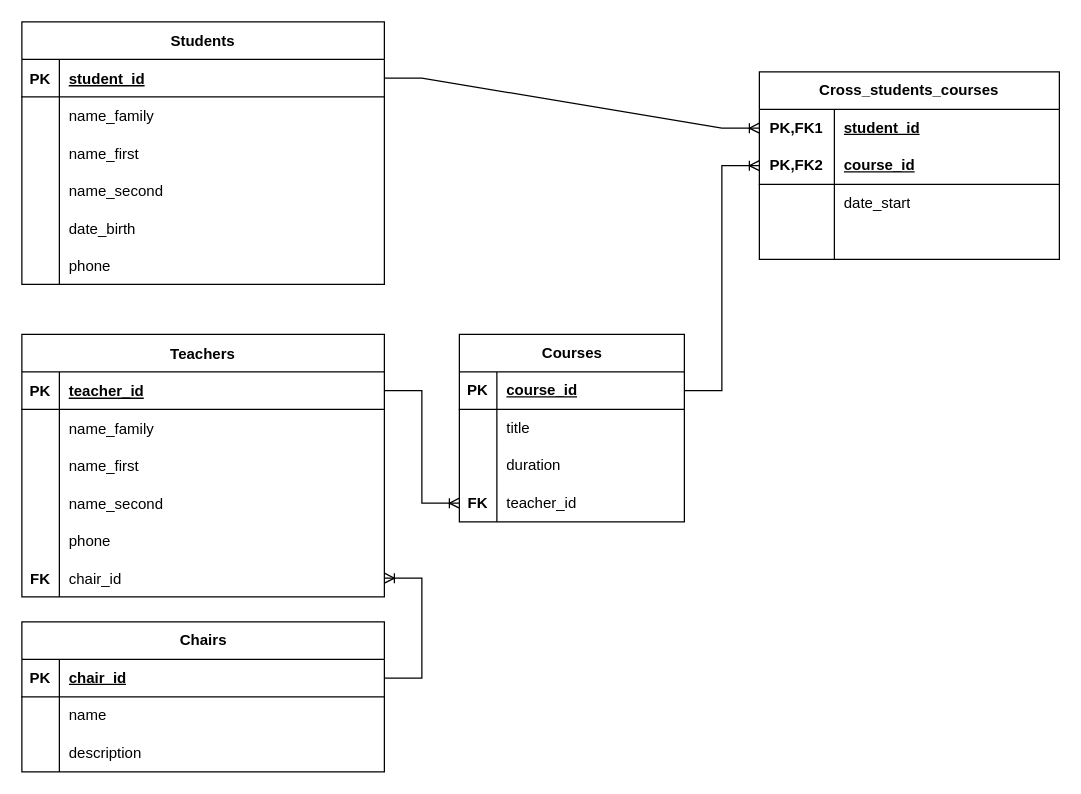
Before: page "Task 1" (1 of 3) of draw_io/14_8_practice_DataBase.drawio in MDS-007-52/Draw_io_diagrams, a draw.io diagram. Source tidied: cells renumbered, new cells numbered last; positions are measured from the earlier drawing's top-left corner, leaving out a move shared by most shapes. Both pictures are drawn from the tidied source at 125%, with x=0, y=0 at pixel (21, 21).
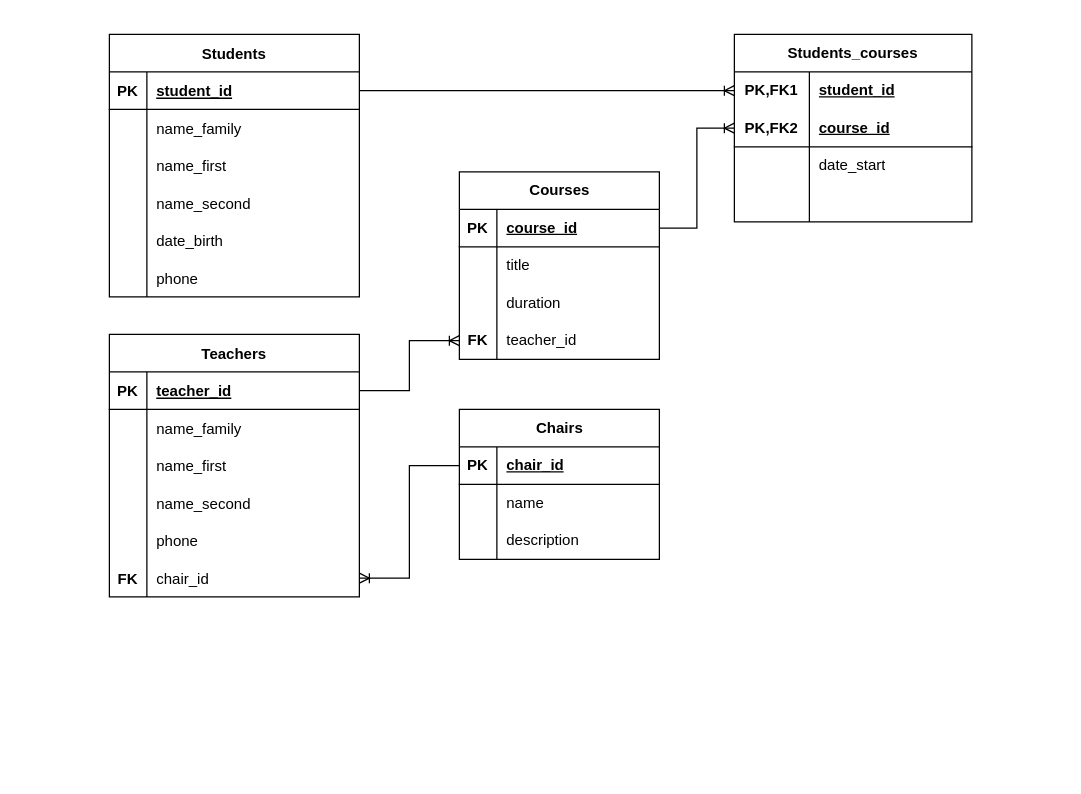
The same page after the edit.

Change to the diagram source:
```diff
@@
     <mxCell id="2" value="Students" style="shape=table;startSize=30;childLayout=tableLayout;rowLines=0;fontStyle=1;align=center;" parent="1" vertex="1">
-      <mxGeometry width="290" height="210" as="geometry" />
+      <mxGeometry x="70" y="10" width="200" height="210" as="geometry" />
     </mxCell>
     <mxCell id="3" style="shape=partialRectangle;fillColor=none;points=[[0,0.5],[1,0.5]];portConstraint=eastwest;top=0;left=0;right=0;bottom=1;" parent="2" vertex="1">
-      <mxGeometry y="30" width="290" height="30" as="geometry" />
+      <mxGeometry y="30" width="200" height="30" as="geometry" />
     </mxCell>
@@
     <mxCell id="5" value="student_id " style="shape=partialRectangle;overflow=hidden;fillColor=none;top=0;left=0;bottom=0;right=0;align=left;spacingLeft=6;fontStyle=5;" parent="3" vertex="1">
-      <mxGeometry x="30" width="260" height="30" as="geometry" />
+      <mxGeometry x="30" width="170" height="30" as="geometry" />
     </mxCell>
     <mxCell id="6" style="shape=partialRectangle;fillColor=none;top=0;left=0;right=0;bottom=0;" parent="2" vertex="1">
-      <mxGeometry y="60" width="290" height="30" as="geometry" />
+      <mxGeometry y="60" width="200" height="30" as="geometry" />
     </mxCell>
@@
     <mxCell id="8" value="name_family" style="shape=partialRectangle;overflow=hidden;fillColor=none;top=0;left=0;bottom=0;right=0;align=left;spacingLeft=6;" parent="6" vertex="1">
-      <mxGeometry x="30" width="260" height="30" as="geometry" />
+      <mxGeometry x="30" width="170" height="30" as="geometry" />
     </mxCell>
     <mxCell id="9" style="shape=tableRow;horizontal=0;startSize=0;swimlaneHead=0;swimlaneBody=0;fillColor=none;top=0;left=0;right=0;bottom=0;" parent="2" vertex="1">
-      <mxGeometry y="90" width="290" height="30" as="geometry" />
+      <mxGeometry y="90" width="200" height="30" as="geometry" />
     </mxCell>
@@
     <mxCell id="11" value="name_first" style="shape=partialRectangle;fillColor=none;top=0;left=0;bottom=0;right=0;align=left;spacingLeft=6;overflow=hidden;" parent="9" vertex="1">
-      <mxGeometry x="30" width="260" height="30" as="geometry" />
+      <mxGeometry x="30" width="170" height="30" as="geometry" />
     </mxCell>
     <mxCell id="12" style="shape=tableRow;horizontal=0;startSize=0;swimlaneHead=0;swimlaneBody=0;fillColor=none;top=0;left=0;right=0;bottom=0;" parent="2" vertex="1">
-      <mxGeometry y="120" width="290" height="30" as="geometry" />
+      <mxGeometry y="120" width="200" height="30" as="geometry" />
     </mxCell>
@@
     <mxCell id="14" value="name_second" style="shape=partialRectangle;fillColor=none;top=0;left=0;bottom=0;right=0;align=left;spacingLeft=6;overflow=hidden;" parent="12" vertex="1">
-      <mxGeometry x="30" width="260" height="30" as="geometry" />
+      <mxGeometry x="30" width="170" height="30" as="geometry" />
     </mxCell>
     <mxCell id="15" style="shape=tableRow;horizontal=0;startSize=0;swimlaneHead=0;swimlaneBody=0;fillColor=none;top=0;left=0;right=0;bottom=0;" parent="2" vertex="1">
-      <mxGeometry y="150" width="290" height="30" as="geometry" />
+      <mxGeometry y="150" width="200" height="30" as="geometry" />
     </mxCell>
@@
     <mxCell id="17" value="date_birth" style="shape=partialRectangle;fillColor=none;top=0;left=0;bottom=0;right=0;align=left;spacingLeft=6;overflow=hidden;" parent="15" vertex="1">
-      <mxGeometry x="30" width="260" height="30" as="geometry" />
+      <mxGeometry x="30" width="170" height="30" as="geometry" />
     </mxCell>
     <mxCell id="18" style="shape=tableRow;horizontal=0;startSize=0;swimlaneHead=0;swimlaneBody=0;fillColor=none;top=0;left=0;right=0;bottom=0;" parent="2" vertex="1">
-      <mxGeometry y="180" width="290" height="30" as="geometry" />
+      <mxGeometry y="180" width="200" height="30" as="geometry" />
     </mxCell>
@@
     <mxCell id="20" value="phone" style="shape=partialRectangle;fillColor=none;top=0;left=0;bottom=0;right=0;align=left;spacingLeft=6;overflow=hidden;" parent="18" vertex="1">
-      <mxGeometry x="30" width="260" height="30" as="geometry" />
+      <mxGeometry x="30" width="170" height="30" as="geometry" />
     </mxCell>
     <mxCell id="21" value="Teachers" style="shape=table;startSize=30;childLayout=tableLayout;rowLines=0;fontStyle=1;align=center;" parent="1" vertex="1">
-      <mxGeometry y="250" width="290" height="210" as="geometry" />
+      <mxGeometry x="70" y="250" width="200" height="210" as="geometry" />
     </mxCell>
     <mxCell id="22" style="shape=partialRectangle;fillColor=none;points=[[0,0.5],[1,0.5]];portConstraint=eastwest;top=0;left=0;right=0;bottom=1;" parent="21" vertex="1">
-      <mxGeometry y="30" width="290" height="30" as="geometry" />
+      <mxGeometry y="30" width="200" height="30" as="geometry" />
     </mxCell>
@@
     <mxCell id="24" value="teacher_id " style="shape=partialRectangle;overflow=hidden;fillColor=none;top=0;left=0;bottom=0;right=0;align=left;spacingLeft=6;fontStyle=5;" parent="22" vertex="1">
-      <mxGeometry x="30" width="260" height="30" as="geometry" />
+      <mxGeometry x="30" width="170" height="30" as="geometry" />
     </mxCell>
     <mxCell id="25" style="shape=partialRectangle;fillColor=none;top=0;left=0;right=0;bottom=0;" parent="21" vertex="1">
-      <mxGeometry y="60" width="290" height="30" as="geometry" />
+      <mxGeometry y="60" width="200" height="30" as="geometry" />
     </mxCell>
@@
     <mxCell id="27" value="name_family" style="shape=partialRectangle;overflow=hidden;fillColor=none;top=0;left=0;bottom=0;right=0;align=left;spacingLeft=6;" parent="25" vertex="1">
-      <mxGeometry x="30" width="260" height="30" as="geometry" />
+      <mxGeometry x="30" width="170" height="30" as="geometry" />
     </mxCell>
     <mxCell id="28" style="shape=tableRow;horizontal=0;startSize=0;swimlaneHead=0;swimlaneBody=0;fillColor=none;top=0;left=0;right=0;bottom=0;" parent="21" vertex="1">
-      <mxGeometry y="90" width="290" height="30" as="geometry" />
+      <mxGeometry y="90" width="200" height="30" as="geometry" />
     </mxCell>
@@
     <mxCell id="30" value="name_first" style="shape=partialRectangle;fillColor=none;top=0;left=0;bottom=0;right=0;align=left;spacingLeft=6;overflow=hidden;" parent="28" vertex="1">
-      <mxGeometry x="30" width="260" height="30" as="geometry" />
+      <mxGeometry x="30" width="170" height="30" as="geometry" />
     </mxCell>
     <mxCell id="31" style="shape=tableRow;horizontal=0;startSize=0;swimlaneHead=0;swimlaneBody=0;fillColor=none;top=0;left=0;right=0;bottom=0;" parent="21" vertex="1">
-      <mxGeometry y="120" width="290" height="30" as="geometry" />
+      <mxGeometry y="120" width="200" height="30" as="geometry" />
     </mxCell>
@@
     <mxCell id="33" value="name_second" style="shape=partialRectangle;fillColor=none;top=0;left=0;bottom=0;right=0;align=left;spacingLeft=6;overflow=hidden;" parent="31" vertex="1">
-      <mxGeometry x="30" width="260" height="30" as="geometry" />
+      <mxGeometry x="30" width="170" height="30" as="geometry" />
     </mxCell>
     <mxCell id="34" style="shape=tableRow;horizontal=0;startSize=0;swimlaneHead=0;swimlaneBody=0;fillColor=none;top=0;left=0;right=0;bottom=0;" parent="21" vertex="1">
-      <mxGeometry y="150" width="290" height="30" as="geometry" />
+      <mxGeometry y="150" width="200" height="30" as="geometry" />
     </mxCell>
@@
     <mxCell id="36" value="phone" style="shape=partialRectangle;fillColor=none;top=0;left=0;bottom=0;right=0;align=left;spacingLeft=6;overflow=hidden;" parent="34" vertex="1">
-      <mxGeometry x="30" width="260" height="30" as="geometry" />
+      <mxGeometry x="30" width="170" height="30" as="geometry" />
     </mxCell>
     <mxCell id="37" style="shape=tableRow;horizontal=0;startSize=0;swimlaneHead=0;swimlaneBody=0;fillColor=none;points=[[0,0.5],[1,0.5]];portConstraint=eastwest;top=0;left=0;right=0;bottom=0;" parent="21" vertex="1">
-      <mxGeometry y="180" width="290" height="30" as="geometry" />
+      <mxGeometry y="180" width="200" height="30" as="geometry" />
     </mxCell>
@@
     <mxCell id="39" value="chair_id" style="shape=partialRectangle;fillColor=none;top=0;left=0;bottom=0;right=0;align=left;spacingLeft=6;overflow=hidden;" parent="37" vertex="1">
-      <mxGeometry x="30" width="260" height="30" as="geometry" />
+      <mxGeometry x="30" width="170" height="30" as="geometry" />
     </mxCell>
     <mxCell id="40" value="Chairs" style="shape=table;startSize=30;childLayout=tableLayout;rowLines=0;fontStyle=1;align=center;html=1;" parent="1" vertex="1">
-      <mxGeometry y="480" width="290" height="120" as="geometry" />
+      <mxGeometry x="350" y="310" width="160" height="120" as="geometry" />
     </mxCell>
     <mxCell id="41" style="shape=tableRow;horizontal=0;startSize=0;swimlaneHead=0;swimlaneBody=0;fillColor=none;points=[[0,0.5],[1,0.5]];portConstraint=eastwest;top=0;left=0;right=0;bottom=1;" parent="40" vertex="1">
-      <mxGeometry y="30" width="290" height="30" as="geometry" />
+      <mxGeometry y="30" width="160" height="30" as="geometry" />
     </mxCell>
@@
     <mxCell id="43" value="&lt;div&gt;chair_id&lt;/div&gt;" style="shape=partialRectangle;fillColor=none;top=0;left=0;bottom=0;right=0;align=left;spacingLeft=6;fontStyle=5;overflow=hidden;whiteSpace=wrap;html=1;" parent="41" vertex="1">
-      <mxGeometry x="30" width="260" height="30" as="geometry" />
+      <mxGeometry x="30" width="130" height="30" as="geometry" />
     </mxCell>
     <mxCell id="44" style="shape=tableRow;horizontal=0;startSize=0;swimlaneHead=0;swimlaneBody=0;fillColor=none;top=0;left=0;right=0;bottom=0;" parent="40" vertex="1">
-      <mxGeometry y="60" width="290" height="30" as="geometry" />
+      <mxGeometry y="60" width="160" height="30" as="geometry" />
     </mxCell>
@@
     <mxCell id="46" value="name" style="shape=partialRectangle;fillColor=none;top=0;left=0;bottom=0;right=0;align=left;spacingLeft=6;overflow=hidden;whiteSpace=wrap;html=1;" parent="44" vertex="1">
-      <mxGeometry x="30" width="260" height="30" as="geometry" />
+      <mxGeometry x="30" width="130" height="30" as="geometry" />
     </mxCell>
     <mxCell id="47" style="shape=tableRow;horizontal=0;startSize=0;swimlaneHead=0;swimlaneBody=0;fillColor=none;top=0;left=0;right=0;bottom=0;" parent="40" vertex="1">
-      <mxGeometry y="90" width="290" height="30" as="geometry" />
+      <mxGeometry y="90" width="160" height="30" as="geometry" />
     </mxCell>
@@
     <mxCell id="49" value="description" style="shape=partialRectangle;fillColor=none;top=0;left=0;bottom=0;right=0;align=left;spacingLeft=6;overflow=hidden;whiteSpace=wrap;html=1;" parent="47" vertex="1">
-      <mxGeometry x="30" width="260" height="30" as="geometry" />
+      <mxGeometry x="30" width="130" height="30" as="geometry" />
     </mxCell>
-    <mxCell id="50" style="edgeStyle=entityRelationEdgeStyle;fontSize=12;html=1;endArrow=ERoneToMany;rounded=0;exitX=1;exitY=0.5;exitDx=0;exitDy=0;entryX=1;entryY=0.5;entryDx=0;entryDy=0;" parent="1" edge="1" source="41" target="37">
+    <mxCell id="50" style="edgeStyle=elbowEdgeStyle;fontSize=12;html=1;endArrow=ERoneToMany;rounded=0;exitX=0;exitY=0.5;exitDx=0;exitDy=0;entryX=1;entryY=0.5;entryDx=0;entryDy=0;" parent="1" edge="1" source="41" target="37">
       <mxGeometry relative="1" as="geometry" />
     </mxCell>
     <mxCell id="51" value="&lt;div&gt;Courses&lt;/div&gt;" style="shape=table;startSize=30;childLayout=tableLayout;rowLines=0;fontStyle=1;align=center;html=1;" parent="1" vertex="1">
-      <mxGeometry x="350" y="250" width="180" height="150" as="geometry" />
+      <mxGeometry x="350" y="120" width="160" height="150" as="geometry" />
     </mxCell>
     <mxCell id="52" style="shape=tableRow;horizontal=0;startSize=0;swimlaneHead=0;swimlaneBody=0;fillColor=none;points=[[0,0.5],[1,0.5]];portConstraint=eastwest;top=0;left=0;right=0;bottom=1;" parent="51" vertex="1">
-      <mxGeometry y="30" width="180" height="30" as="geometry" />
+      <mxGeometry y="30" width="160" height="30" as="geometry" />
     </mxCell>
@@
     <mxCell id="54" value="&lt;div&gt;course_id&lt;/div&gt;" style="shape=partialRectangle;fillColor=none;top=0;left=0;bottom=0;right=0;align=left;spacingLeft=6;fontStyle=5;overflow=hidden;whiteSpace=wrap;html=1;" parent="52" vertex="1">
-      <mxGeometry x="30" width="150" height="30" as="geometry" />
+      <mxGeometry x="30" width="130" height="30" as="geometry" />
     </mxCell>
     <mxCell id="55" style="shape=tableRow;horizontal=0;startSize=0;swimlaneHead=0;swimlaneBody=0;fillColor=none;top=0;left=0;right=0;bottom=0;" parent="51" vertex="1">
-      <mxGeometry y="60" width="180" height="30" as="geometry" />
+      <mxGeometry y="60" width="160" height="30" as="geometry" />
     </mxCell>
@@
     <mxCell id="57" value="&lt;div&gt;title&lt;/div&gt;" style="shape=partialRectangle;fillColor=none;top=0;left=0;bottom=0;right=0;align=left;spacingLeft=6;overflow=hidden;whiteSpace=wrap;html=1;" parent="55" vertex="1">
-      <mxGeometry x="30" width="150" height="30" as="geometry" />
+      <mxGeometry x="30" width="130" height="30" as="geometry" />
     </mxCell>
     <mxCell id="58" style="shape=tableRow;horizontal=0;startSize=0;swimlaneHead=0;swimlaneBody=0;fillColor=none;top=0;left=0;right=0;bottom=0;" parent="51" vertex="1">
-      <mxGeometry y="90" width="180" height="30" as="geometry" />
+      <mxGeometry y="90" width="160" height="30" as="geometry" />
     </mxCell>
@@
     <mxCell id="60" value="&lt;div&gt;duration&lt;/div&gt;" style="shape=partialRectangle;fillColor=none;top=0;left=0;bottom=0;right=0;align=left;spacingLeft=6;overflow=hidden;whiteSpace=wrap;html=1;" parent="58" vertex="1">
-      <mxGeometry x="30" width="150" height="30" as="geometry" />
+      <mxGeometry x="30" width="130" height="30" as="geometry" />
     </mxCell>
     <mxCell id="61" style="shape=tableRow;horizontal=0;startSize=0;swimlaneHead=0;swimlaneBody=0;fillColor=none;points=[[0,0.5],[1,0.5]];portConstraint=eastwest;top=0;left=0;right=0;bottom=0;" parent="51" vertex="1">
-      <mxGeometry y="120" width="180" height="30" as="geometry" />
+      <mxGeometry y="120" width="160" height="30" as="geometry" />
     </mxCell>
@@
     <mxCell id="63" value="teacher_id" style="shape=partialRectangle;fillColor=none;top=0;left=0;bottom=0;right=0;align=left;spacingLeft=6;overflow=hidden;whiteSpace=wrap;html=1;" parent="61" vertex="1">
-      <mxGeometry x="30" width="150" height="30" as="geometry" />
+      <mxGeometry x="30" width="130" height="30" as="geometry" />
     </mxCell>
-    <mxCell id="64" style="edgeStyle=entityRelationEdgeStyle;fontSize=12;html=1;endArrow=ERoneToMany;rounded=0;exitX=1;exitY=0.5;exitDx=0;exitDy=0;entryX=0;entryY=0.5;entryDx=0;entryDy=0;" parent="1" edge="1" source="22" target="61">
+    <mxCell id="64" style="edgeStyle=elbowEdgeStyle;fontSize=12;html=1;endArrow=ERoneToMany;rounded=0;exitX=1;exitY=0.5;exitDx=0;exitDy=0;entryX=0;entryY=0.5;entryDx=0;entryDy=0;" parent="1" edge="1" source="22" target="61">
       <mxGeometry relative="1" as="geometry" />
     </mxCell>
-    <mxCell id="65" value="&lt;div&gt;Cross_students_courses&lt;/div&gt;" style="shape=table;startSize=30;childLayout=tableLayout;rowLines=0;fontStyle=1;align=center;html=1;whiteSpace=wrap;" parent="1" vertex="1">
-      <mxGeometry x="590" y="40" width="240" height="150" as="geometry" />
+    <mxCell id="65" value="&lt;div&gt;Students_courses&lt;/div&gt;" style="shape=table;startSize=30;childLayout=tableLayout;rowLines=0;fontStyle=1;align=center;html=1;whiteSpace=wrap;" parent="1" vertex="1">
+      <mxGeometry x="570" y="10" width="190" height="150" as="geometry" />
     </mxCell>
     <mxCell id="66" style="shape=tableRow;horizontal=0;startSize=0;swimlaneHead=0;swimlaneBody=0;fillColor=none;points=[[0,0.5],[1,0.5]];portConstraint=eastwest;top=0;left=0;right=0;bottom=0;html=1;" parent="65" vertex="1">
-      <mxGeometry y="30" width="240" height="30" as="geometry" />
+      <mxGeometry y="30" width="190" height="30" as="geometry" />
     </mxCell>
@@
     <mxCell id="68" value="student_id " style="shape=partialRectangle;fillColor=none;top=0;left=0;bottom=0;right=0;align=left;spacingLeft=6;fontStyle=5;overflow=hidden;html=1;whiteSpace=wrap;" parent="66" vertex="1">
-      <mxGeometry x="60" width="180" height="30" as="geometry" />
+      <mxGeometry x="60" width="130" height="30" as="geometry" />
     </mxCell>
     <mxCell id="69" style="shape=tableRow;horizontal=0;startSize=0;swimlaneHead=0;swimlaneBody=0;fillColor=none;points=[[0,0.5],[1,0.5]];portConstraint=eastwest;top=0;left=0;right=0;bottom=1;html=1;" parent="65" vertex="1">
-      <mxGeometry y="60" width="240" height="30" as="geometry" />
+      <mxGeometry y="60" width="190" height="30" as="geometry" />
     </mxCell>
@@
     <mxCell id="71" value="&lt;div&gt;course_id&lt;/div&gt;" style="shape=partialRectangle;fillColor=none;top=0;left=0;bottom=0;right=0;align=left;spacingLeft=6;fontStyle=5;overflow=hidden;html=1;whiteSpace=wrap;" parent="69" vertex="1">
-      <mxGeometry x="60" width="180" height="30" as="geometry" />
+      <mxGeometry x="60" width="130" height="30" as="geometry" />
     </mxCell>
     <mxCell id="72" style="shape=tableRow;horizontal=0;startSize=0;swimlaneHead=0;swimlaneBody=0;fillColor=none;top=0;left=0;right=0;bottom=0;html=1;" parent="65" vertex="1">
-      <mxGeometry y="90" width="240" height="30" as="geometry" />
+      <mxGeometry y="90" width="190" height="30" as="geometry" />
     </mxCell>
@@
     <mxCell id="74" value="date_start" style="shape=partialRectangle;fillColor=none;top=0;left=0;bottom=0;right=0;align=left;spacingLeft=6;overflow=hidden;html=1;whiteSpace=wrap;" parent="72" vertex="1">
-      <mxGeometry x="60" width="180" height="30" as="geometry" />
+      <mxGeometry x="60" width="130" height="30" as="geometry" />
     </mxCell>
     <mxCell id="75" style="shape=tableRow;horizontal=0;startSize=0;swimlaneHead=0;swimlaneBody=0;fillColor=none;top=0;left=0;right=0;bottom=0;html=1;" parent="65" vertex="1">
-      <mxGeometry y="120" width="240" height="30" as="geometry" />
+      <mxGeometry y="120" width="190" height="30" as="geometry" />
     </mxCell>
@@
     <mxCell id="77" style="shape=partialRectangle;fillColor=none;top=0;left=0;bottom=0;right=0;align=left;spacingLeft=6;overflow=hidden;html=1;whiteSpace=wrap;" parent="75" vertex="1">
-      <mxGeometry x="60" width="180" height="30" as="geometry" />
+      <mxGeometry x="60" width="130" height="30" as="geometry" />
     </mxCell>
```
